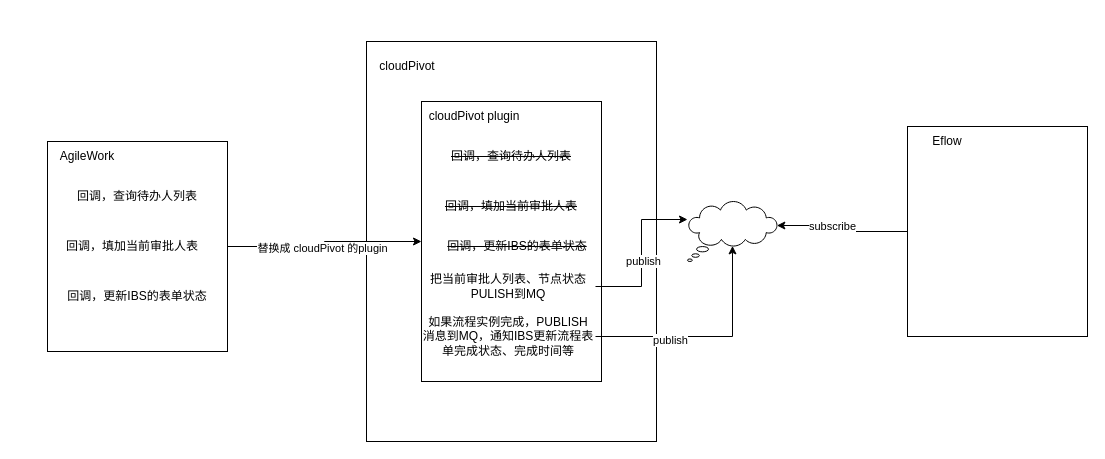
Before: 未命名绘图.drawio in fsJerryChan/fsJerryChan, a draw.io diagram. Source tidied: cells renumbered, new cells numbered last; positions are measured from the earlier drawing's top-left corner, leaving out a move shared by most shapes. Both pictures are drawn from the tidied source at 100%, with x=0, y=0 at pixel (17, 41).
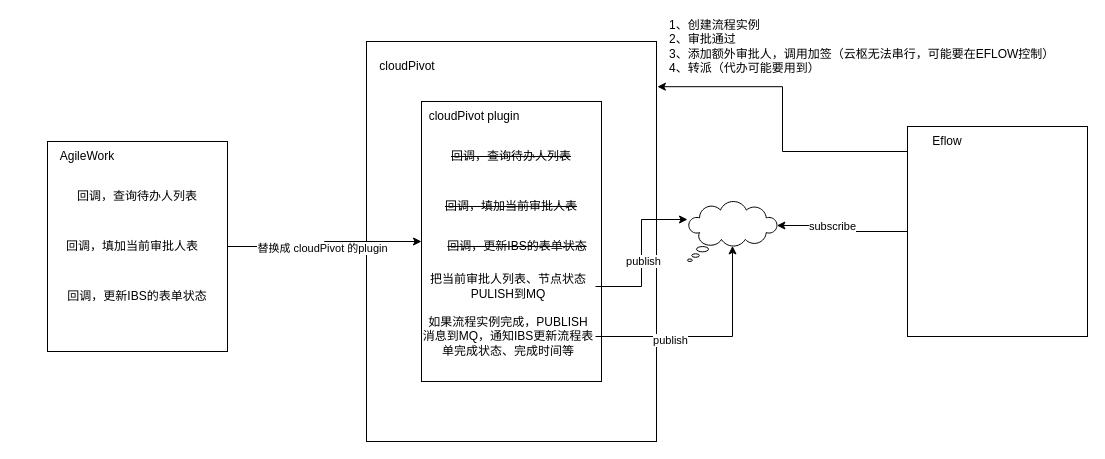
Above is the later version.

Commit message (it also covers changes not shown here):
更新未命名绘图.drawio

The change refers to these unchanged cells:
```xml
<mxCell id="2" style="rounded=0;whiteSpace=wrap;html=1;" parent="1" vertex="1">
  <mxGeometry x="349" width="290" height="400" as="geometry" />
</mxCell>
<mxCell id="22" style="rounded=0;whiteSpace=wrap;html=1;" parent="1" vertex="1">
  <mxGeometry x="890" y="85" width="180" height="210" as="geometry" />
</mxCell>
```

Diff of the diagram source:
```diff
@@
+    <mxCell id="27" style="edgeStyle=orthogonalEdgeStyle;rounded=0;jettySize=auto;html=1;entryX=1.003;entryY=0.113;entryDx=0;entryDy=0;entryPerimeter=0;" parent="1" edge="1" source="22" target="2">
+      <mxGeometry relative="1" as="geometry">
+        <Array as="points">
+          <mxPoint x="765" y="110" />
+          <mxPoint x="765" y="45" />
+        </Array>
+      </mxGeometry>
+    </mxCell>
+    <mxCell id="28" value="1、创建流程实例&lt;br&gt;2、审批通过&lt;div&gt;3、添加额外审批人，调用加签（云枢无法串行，可能要在EFLOW控制）&lt;/div&gt;&lt;div&gt;4、转派（代办可能要用到）&lt;/div&gt;" style="text;strokeColor=none;align=left;fillColor=none;html=1;verticalAlign=middle;whiteSpace=wrap;rounded=0;" parent="1" vertex="1">
+      <mxGeometry x="650" y="-20" width="390" height="50" as="geometry" />
+    </mxCell>
```
